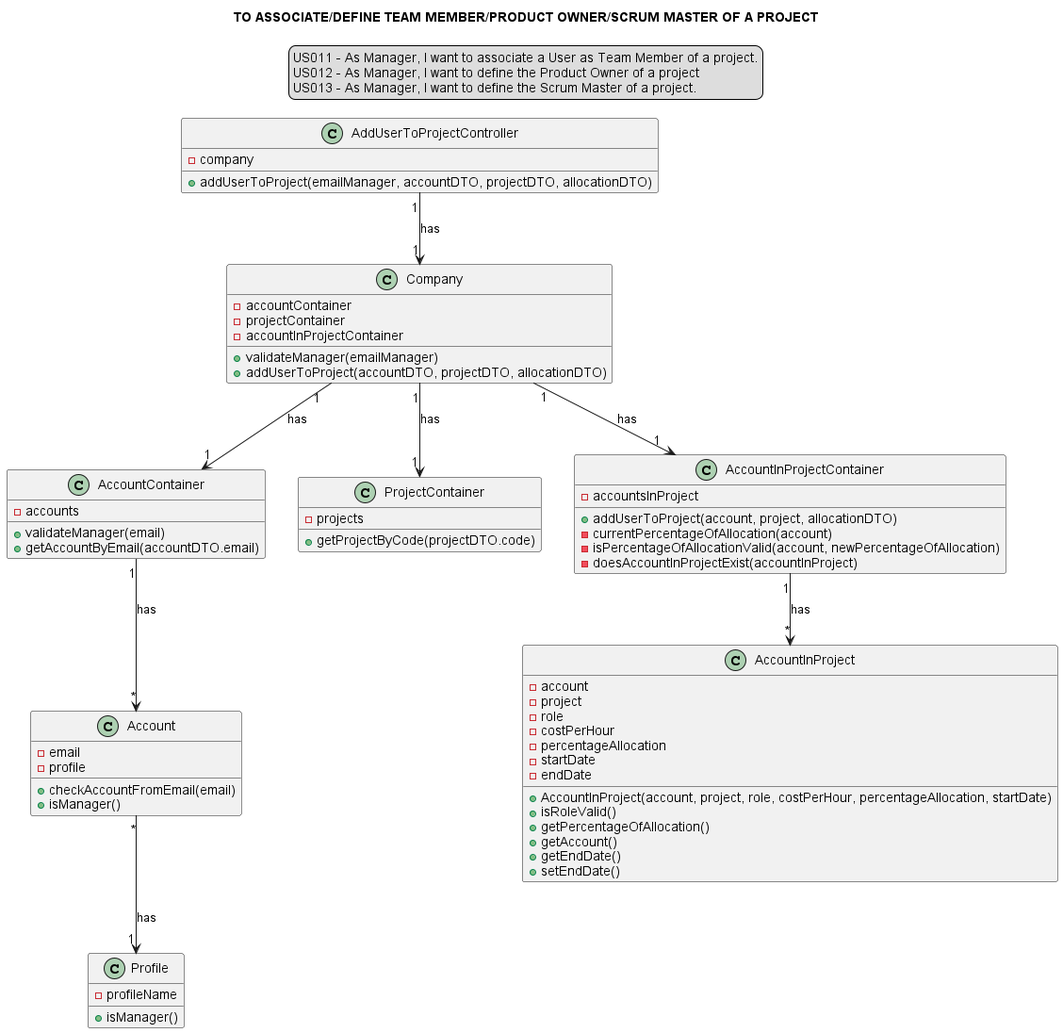
This is docs/modelling_design/user_stories/sprint02/us011_us012_us013/US011_US012_US013_classDiagram-TO_ASSOCIATE_DEFINE_TEAM_MEMBER_PRODUCT_OWNER_SCRUM_MASTER_OF_A_PROJECT.png from Loracline/project_switch_22-23, a PlantUML export, as it was before one commit.
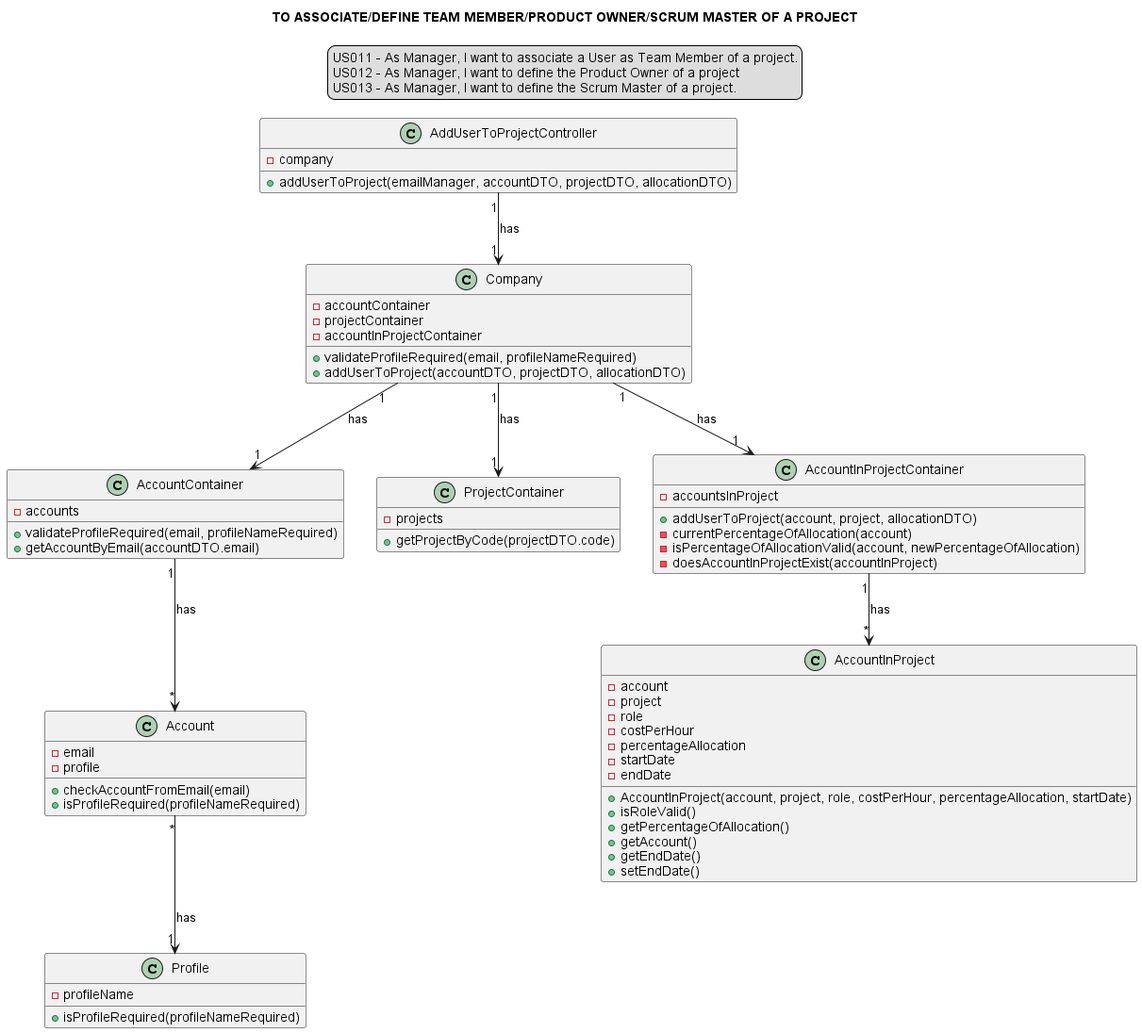
The same file after the commit.

What changed in the source:
```diff
@@ -17,13 +17,13 @@
 -accountContainer
 -projectContainer
 -accountInProjectContainer
-+validateManager(emailManager)
++validateProfileRequired(email, profileNameRequired)
 +addUserToProject(accountDTO, projectDTO, allocationDTO)
 }
 
 class AccountContainer {
 -accounts
-+validateManager(email)
++validateProfileRequired(email, profileNameRequired)
 +getAccountByEmail(accountDTO.email)
 }
 
@@ -60,12 +60,12 @@
 -email
 -profile
 +checkAccountFromEmail(email)
-+isManager()
++isProfileRequired(profileNameRequired)
 }
 
 class "Profile"{
 -profileName
-+isManager()
++isProfileRequired(profileNameRequired)
 }
 
 
```
